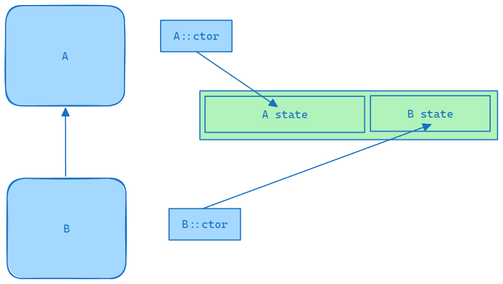
Before: img/04_oop.excalidraw.png, a diagram exported from Excalidraw (silvercodes/p34_dotnet_cs). Source tidied: one line per element, renumbered; positions are measured from the earlier drawing's top-left corner, leaving out a move shared by most shapes.
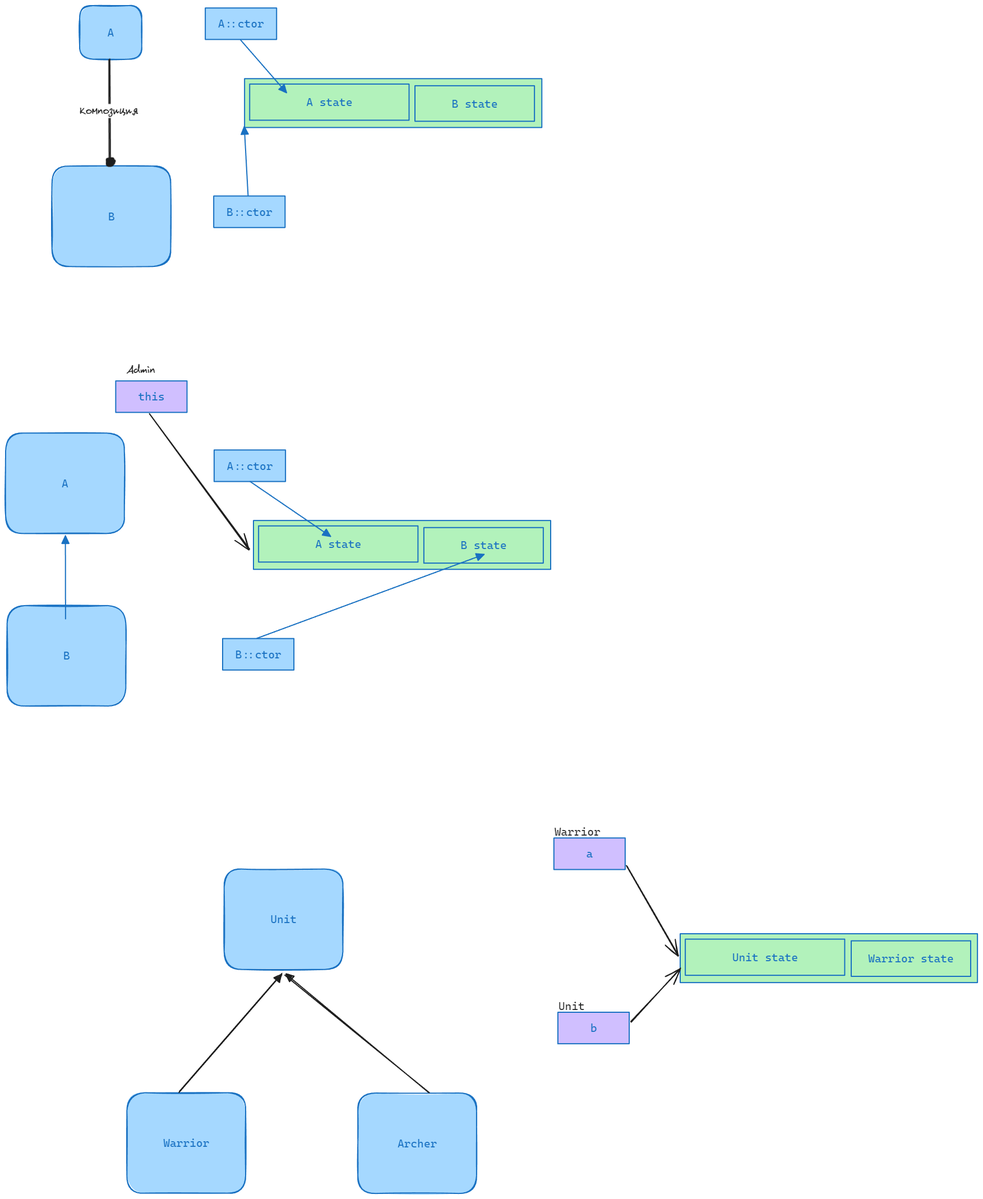
The same file after the commit.

What changed in the source:
```diff
@@ -1,16 +1,58 @@
-{"id": 0, "type": "rectangle", "strokeColor": "#1971c2", "backgroundColor": "#a5d8ff", "fillStyle": "solid", "strokeWidth": 2, "roughness": 1, "round": true, "x": 0, "y": 0, "width": 212, "height": 179}
+{"id": 0, "type": "rectangle", "strokeColor": "#1971c2", "backgroundColor": "#a5d8ff", "fillStyle": "solid", "strokeWidth": 2, "roughness": 1, "round": true, "x": -96, "y": -4, "width": 212, "height": 179}
-{"id": 1, "type": "text", "text": "A", "strokeColor": "#1971c2", "backgroundColor": "#a5d8ff", "fillStyle": "solid", "strokeWidth": 2, "roughness": 1, "fontSize": 20, "fontFamily": 3, "textAlign": "center", "verticalAlign": "middle", "inside": 0, "x": 99, "y": 78, "width": 13, "height": 24}
+{"id": 1, "type": "text", "text": "A", "strokeColor": "#1971c2", "backgroundColor": "#a5d8ff", "fillStyle": "solid", "strokeWidth": 2, "roughness": 1, "fontSize": 20, "fontFamily": 3, "textAlign": "center", "verticalAlign": "middle", "inside": 0, "x": 4, "y": 74, "width": 13, "height": 24}
-{"id": 2, "type": "rectangle", "strokeColor": "#1971c2", "backgroundColor": "#a5d8ff", "fillStyle": "solid", "strokeWidth": 2, "roughness": 1, "round": true, "x": 3, "y": 308, "width": 212, "height": 179}
-{"id": 3, "type": "text", "text": "B", "strokeColor": "#1971c2", "backgroundColor": "#a5d8ff", "fillStyle": "solid", "strokeWidth": 2, "roughness": 1, "fontSize": 20, "fontFamily": 3, "textAlign": "center", "verticalAlign": "middle", "inside": 2, "x": 103, "y": 386, "width": 11, "height": 24}
+{"id": 16, "type": "rectangle", "strokeColor": "#1971c2", "backgroundColor": "#a5d8ff", "fillStyle": "solid", "strokeWidth": 2, "roughness": 1, "round": true, "x": -93, "y": 304, "width": 212, "height": 179}
+{"id": 17, "type": "text", "text": "B", "strokeColor": "#1971c2", "backgroundColor": "#a5d8ff", "fillStyle": "solid", "strokeWidth": 2, "roughness": 1, "fontSize": 20, "fontFamily": 3, "textAlign": "center", "verticalAlign": "middle", "inside": 16, "x": 7, "y": 381, "width": 11, "height": 24}
-{"id": 4, "type": "arrow", "strokeColor": "#1971c2", "backgroundColor": "#a5d8ff", "fillStyle": "solid", "strokeWidth": 2, "roughness": 0, "endArrowhead": "triangle", "round": true, "from": 2, "to": 0, "x": 107, "y": 305, "width": 0, "height": 121, "points": [[0, 0], [0, -121]]}
+{"id": 4, "type": "arrow", "strokeColor": "#1971c2", "backgroundColor": "#a5d8ff", "fillStyle": "solid", "strokeWidth": 2, "roughness": 0, "endArrowhead": "triangle", "round": true, "from": 16, "to": 0, "x": 11, "y": 327, "width": 0, "height": 148, "points": [[0, 0], [0, -148]]}
 {"id": 5, "type": "rectangle", "strokeColor": "#1971c2", "backgroundColor": "#b2f2bb", "fillStyle": "solid", "strokeWidth": 2, "roughness": 0, "x": 346, "y": 152, "width": 530, "height": 87}
-{"id": 6, "type": "rectangle", "strokeColor": "#1971c2", "backgroundColor": "#b2f2bb", "fillStyle": "solid", "strokeWidth": 2, "roughness": 0, "x": 355, "y": 162, "width": 284, "height": 64}
+{"id": 6, "type": "rectangle", "strokeColor": "#1971c2", "backgroundColor": "#b2f2bb", "fillStyle": "solid", "strokeWidth": 2, "roughness": 0, "x": 355, "y": 161, "width": 284, "height": 64}
 {"id": 7, "type": "text", "text": "A state", "strokeColor": "#1971c2", "backgroundColor": "#b2f2bb", "fillStyle": "solid", "strokeWidth": 2, "roughness": 0, "fontSize": 20, "fontFamily": 3, "textAlign": "center", "verticalAlign": "middle", "inside": 6, "x": 456, "y": 182, "width": 82, "height": 24}
-{"id": 8, "type": "rectangle", "strokeColor": "#1971c2", "backgroundColor": "#b2f2bb", "fillStyle": "solid", "strokeWidth": 2, "roughness": 0, "x": 650, "y": 161, "width": 213, "height": 63}
+{"id": 8, "type": "rectangle", "strokeColor": "#1971c2", "backgroundColor": "#b2f2bb", "fillStyle": "solid", "strokeWidth": 2, "roughness": 0, "x": 650, "y": 164, "width": 213, "height": 63}
-{"id": 9, "type": "text", "text": "B state", "strokeColor": "#1971c2", "backgroundColor": "#b2f2bb", "fillStyle": "solid", "strokeWidth": 2, "roughness": 0, "fontSize": 20, "fontFamily": 3, "textAlign": "center", "verticalAlign": "middle", "inside": 8, "x": 715, "y": 181, "width": 82, "height": 24}
+{"id": 9, "type": "text", "text": "B state", "strokeColor": "#1971c2", "backgroundColor": "#b2f2bb", "fillStyle": "solid", "strokeWidth": 2, "roughness": 0, "fontSize": 20, "fontFamily": 3, "textAlign": "center", "verticalAlign": "middle", "inside": 8, "x": 716, "y": 184, "width": 82, "height": 24}
 {"id": 10, "type": "rectangle", "strokeColor": "#1971c2", "backgroundColor": "#a5d8ff", "fillStyle": "solid", "strokeWidth": 2, "roughness": 0, "x": 276, "y": 26, "width": 127, "height": 56}
 {"id": 11, "type": "text", "text": "A::ctor", "strokeColor": "#1971c2", "backgroundColor": "#a5d8ff", "fillStyle": "solid", "strokeWidth": 2, "roughness": 0, "fontSize": 20, "fontFamily": 3, "textAlign": "center", "verticalAlign": "middle", "inside": 10, "x": 299, "y": 42, "width": 82, "height": 24}
 {"id": 12, "type": "rectangle", "strokeColor": "#1971c2", "backgroundColor": "#a5d8ff", "fillStyle": "solid", "strokeWidth": 2, "roughness": 0, "x": 291, "y": 362, "width": 127, "height": 56}
 {"id": 13, "type": "text", "text": "B::ctor", "strokeColor": "#1971c2", "backgroundColor": "#a5d8ff", "fillStyle": "solid", "strokeWidth": 2, "roughness": 0, "fontSize": 20, "fontFamily": 3, "textAlign": "center", "verticalAlign": "middle", "inside": 12, "x": 314, "y": 378, "width": 82, "height": 24}
 {"id": 14, "type": "arrow", "strokeColor": "#1971c2", "backgroundColor": "#a5d8ff", "fillStyle": "solid", "strokeWidth": 2, "roughness": 0, "endArrowhead": "triangle", "from": 10, "x": 340, "y": 82, "width": 143, "height": 98, "points": [[0, 0], [143, 98]]}
 {"id": 15, "type": "arrow", "strokeColor": "#1971c2", "backgroundColor": "#a5d8ff", "fillStyle": "solid", "strokeWidth": 2, "roughness": 0, "endArrowhead": "triangle", "from": 12, "x": 352, "y": 362, "width": 405, "height": 150, "points": [[0, 0], [405, -150]]}
+{"id": 18, "type": "rectangle", "strokeColor": "#1971c2", "backgroundColor": "#a5d8ff", "fillStyle": "solid", "strokeWidth": 2, "roughness": 1, "round": true, "x": 36, "y": -766, "width": 111, "height": 96}
+{"id": 19, "type": "text", "text": "A", "strokeColor": "#1971c2", "backgroundColor": "#a5d8ff", "fillStyle": "solid", "strokeWidth": 2, "roughness": 1, "fontSize": 20, "fontFamily": 3, "textAlign": "center", "verticalAlign": "middle", "inside": 18, "x": 86, "y": -730, "width": 12, "height": 24}
+{"id": 20, "type": "rectangle", "strokeColor": "#1971c2", "backgroundColor": "#a5d8ff", "fillStyle": "solid", "strokeWidth": 2, "roughness": 1, "round": true, "x": -13, "y": -480, "width": 212, "height": 179}
+{"id": 21, "type": "text", "text": "B", "strokeColor": "#1971c2", "backgroundColor": "#a5d8ff", "fillStyle": "solid", "strokeWidth": 2, "roughness": 1, "fontSize": 20, "fontFamily": 3, "textAlign": "center", "verticalAlign": "middle", "inside": 20, "x": 87, "y": -403, "width": 12, "height": 24}
+{"id": 22, "type": "rectangle", "strokeColor": "#1971c2", "backgroundColor": "#b2f2bb", "fillStyle": "solid", "strokeWidth": 2, "roughness": 0, "x": 330, "y": -636, "width": 530, "height": 87}
+{"id": 23, "type": "rectangle", "strokeColor": "#1971c2", "backgroundColor": "#b2f2bb", "fillStyle": "solid", "strokeWidth": 2, "roughness": 0, "x": 339, "y": -626, "width": 284, "height": 64}
+{"id": 24, "type": "text", "text": "A state", "strokeColor": "#1971c2", "backgroundColor": "#b2f2bb", "fillStyle": "solid", "strokeWidth": 2, "roughness": 0, "fontSize": 20, "fontFamily": 3, "textAlign": "center", "verticalAlign": "middle", "inside": 23, "x": 441, "y": -606, "width": 82, "height": 24}
+{"id": 25, "type": "rectangle", "strokeColor": "#1971c2", "backgroundColor": "#b2f2bb", "fillStyle": "solid", "strokeWidth": 2, "roughness": 0, "x": 634, "y": -623, "width": 213, "height": 63}
+{"id": 26, "type": "text", "text": "B state", "strokeColor": "#1971c2", "backgroundColor": "#b2f2bb", "fillStyle": "solid", "strokeWidth": 2, "roughness": 0, "fontSize": 20, "fontFamily": 3, "textAlign": "center", "verticalAlign": "middle", "inside": 25, "x": 700, "y": -604, "width": 82, "height": 24}
+{"id": 27, "type": "rectangle", "strokeColor": "#1971c2", "backgroundColor": "#a5d8ff", "fillStyle": "solid", "strokeWidth": 2, "roughness": 0, "x": 260, "y": -762, "width": 127, "height": 56}
+{"id": 28, "type": "text", "text": "A::ctor", "strokeColor": "#1971c2", "backgroundColor": "#a5d8ff", "fillStyle": "solid", "strokeWidth": 2, "roughness": 0, "fontSize": 20, "fontFamily": 3, "textAlign": "center", "verticalAlign": "middle", "inside": 27, "x": 283, "y": -746, "width": 82, "height": 24}
+{"id": 29, "type": "rectangle", "strokeColor": "#1971c2", "backgroundColor": "#a5d8ff", "fillStyle": "solid", "strokeWidth": 2, "roughness": 0, "x": 275, "y": -427, "width": 127, "height": 56}
+{"id": 30, "type": "text", "text": "B::ctor", "strokeColor": "#1971c2", "backgroundColor": "#a5d8ff", "fillStyle": "solid", "strokeWidth": 2, "roughness": 0, "fontSize": 20, "fontFamily": 3, "textAlign": "center", "verticalAlign": "middle", "inside": 29, "x": 298, "y": -411, "width": 82, "height": 24}
+{"id": 31, "type": "arrow", "strokeColor": "#1971c2", "backgroundColor": "#a5d8ff", "fillStyle": "solid", "strokeWidth": 2, "roughness": 0, "endArrowhead": "triangle", "from": 27, "x": 323, "y": -705, "width": 82, "height": 94, "points": [[0, 0], [82, 94]]}
+{"id": 32, "type": "arrow", "strokeColor": "#1971c2", "backgroundColor": "#a5d8ff", "fillStyle": "solid", "strokeWidth": 2, "roughness": 0, "endArrowhead": "triangle", "from": 29, "to": 23, "x": 337, "y": -428, "width": 7, "height": 123, "points": [[0, 0], [-7, -123]]}
+{"id": 33, "type": "arrow", "strokeColor": "#1e1e1e", "strokeWidth": 2, "roughness": 1, "endArrowhead": "dot", "round": true, "from": 18, "to": 20, "x": 88, "y": -670, "width": 0, "height": 184, "points": [[0, 0], [0, 184]]}
+{"id": 34, "type": "text", "text": "композиция", "strokeColor": "#1e1e1e", "strokeWidth": 2, "roughness": 1, "fontSize": 20, "fontFamily": 1, "textAlign": "center", "verticalAlign": "middle", "inside": 33, "x": 40, "y": -587, "width": 104, "height": 25}
+{"id": 35, "type": "rectangle", "strokeColor": "#1971c2", "backgroundColor": "#d0bfff", "fillStyle": "solid", "strokeWidth": 2, "roughness": 0, "x": 101, "y": -97, "width": 127, "height": 56}
+{"id": 36, "type": "text", "text": "this", "strokeColor": "#1971c2", "backgroundColor": "#a5d8ff", "fillStyle": "solid", "strokeWidth": 2, "roughness": 0, "fontSize": 20, "fontFamily": 3, "textAlign": "center", "verticalAlign": "middle", "inside": 35, "x": 141, "y": -81, "width": 47, "height": 24}
+{"id": 37, "type": "text", "text": "Admin", "strokeColor": "#1e1e1e", "backgroundColor": "#d0bfff", "fillStyle": "solid", "strokeWidth": 2, "roughness": 1, "fontSize": 20, "fontFamily": 1, "x": 120, "y": -129, "width": 51, "height": 25}
+{"id": 38, "type": "arrow", "strokeColor": "#1e1e1e", "backgroundColor": "#d0bfff", "fillStyle": "solid", "strokeWidth": 2, "roughness": 1, "endArrowhead": "arrow", "round": true, "from": 35, "to": 6, "x": 161, "y": -37, "width": 179, "height": 240, "points": [[0, 0], [179, 240]]}
+{"id": 39, "type": "rectangle", "strokeColor": "#1971c2", "backgroundColor": "#a5d8ff", "fillStyle": "solid", "strokeWidth": 2, "roughness": 1, "round": true, "x": 294, "y": 773, "width": 212, "height": 179}
+{"id": 40, "type": "text", "text": "Unit", "strokeColor": "#1971c2", "backgroundColor": "#a5d8ff", "fillStyle": "solid", "strokeWidth": 2, "roughness": 1, "fontSize": 20, "fontFamily": 3, "textAlign": "center", "verticalAlign": "middle", "inside": 39, "x": 376, "y": 851, "width": 47, "height": 24}
+{"id": 2, "type": "rectangle", "strokeColor": "#1971c2", "backgroundColor": "#a5d8ff", "fillStyle": "solid", "strokeWidth": 2, "roughness": 1, "round": true, "x": 121, "y": 1172, "width": 212, "height": 179}
+{"id": 3, "type": "text", "text": "Warrior", "strokeColor": "#1971c2", "backgroundColor": "#a5d8ff", "fillStyle": "solid", "strokeWidth": 2, "roughness": 1, "fontSize": 20, "fontFamily": 3, "textAlign": "center", "verticalAlign": "middle", "inside": 2, "x": 185, "y": 1250, "width": 82, "height": 24}
+{"id": 41, "type": "rectangle", "strokeColor": "#1971c2", "backgroundColor": "#a5d8ff", "fillStyle": "solid", "strokeWidth": 2, "roughness": 1, "round": true, "x": 532, "y": 1173, "width": 212, "height": 179}
+{"id": 42, "type": "text", "text": "Archer", "strokeColor": "#1971c2", "backgroundColor": "#a5d8ff", "fillStyle": "solid", "strokeWidth": 2, "roughness": 1, "fontSize": 20, "fontFamily": 3, "textAlign": "center", "verticalAlign": "middle", "inside": 41, "x": 603, "y": 1250, "width": 70, "height": 24}
+{"id": 43, "type": "arrow", "strokeColor": "#1e1e1e", "backgroundColor": "#d0bfff", "fillStyle": "solid", "strokeWidth": 2, "roughness": 1, "endArrowhead": "triangle", "round": true, "from": 2, "to": 39, "x": 213, "y": 1170, "width": 183, "height": 211, "points": [[0, 0], [183, -211]]}
+{"id": 44, "type": "arrow", "strokeColor": "#1e1e1e", "backgroundColor": "#d0bfff", "fillStyle": "solid", "strokeWidth": 2, "roughness": 1, "endArrowhead": "triangle", "round": true, "from": 41, "to": 39, "x": 660, "y": 1171, "width": 257, "height": 209, "points": [[0, 0], [-257, -209]]}
+{"id": 45, "type": "rectangle", "strokeColor": "#1971c2", "backgroundColor": "#b2f2bb", "fillStyle": "solid", "strokeWidth": 2, "roughness": 0, "x": 1107, "y": 889, "width": 530, "height": 87}
+{"id": 46, "type": "rectangle", "strokeColor": "#1971c2", "backgroundColor": "#b2f2bb", "fillStyle": "solid", "strokeWidth": 2, "roughness": 0, "x": 1116, "y": 898, "width": 284, "height": 64}
+{"id": 47, "type": "text", "text": "Unit state", "strokeColor": "#1971c2", "backgroundColor": "#b2f2bb", "fillStyle": "solid", "strokeWidth": 2, "roughness": 0, "fontSize": 20, "fontFamily": 3, "textAlign": "center", "verticalAlign": "middle", "inside": 46, "x": 1200, "y": 919, "width": 117, "height": 24}
+{"id": 48, "type": "rectangle", "strokeColor": "#1971c2", "backgroundColor": "#b2f2bb", "fillStyle": "solid", "strokeWidth": 2, "roughness": 0, "x": 1412, "y": 901, "width": 213, "height": 63}
+{"id": 49, "type": "text", "text": "Warrior state", "strokeColor": "#1971c2", "backgroundColor": "#b2f2bb", "fillStyle": "solid", "strokeWidth": 2, "roughness": 0, "fontSize": 20, "fontFamily": 3, "textAlign": "center", "verticalAlign": "middle", "inside": 48, "x": 1443, "y": 921, "width": 152, "height": 24}
+{"id": 50, "type": "rectangle", "strokeColor": "#1971c2", "backgroundColor": "#d0bfff", "fillStyle": "solid", "strokeWidth": 2, "roughness": 0, "x": 882, "y": 718, "width": 127, "height": 56}
+{"id": 51, "type": "text", "text": "a", "strokeColor": "#1971c2", "backgroundColor": "#a5d8ff", "fillStyle": "solid", "strokeWidth": 2, "roughness": 0, "fontSize": 20, "fontFamily": 3, "textAlign": "center", "verticalAlign": "middle", "inside": 50, "x": 940, "y": 734, "width": 12, "height": 24}
+{"id": 52, "type": "text", "text": "Warrior", "strokeColor": "#1e1e1e", "backgroundColor": "#d0bfff", "fillStyle": "solid", "strokeWidth": 2, "roughness": 1, "fontSize": 20, "fontFamily": 3, "x": 883, "y": 695, "width": 82, "height": 24}
+{"id": 53, "type": "arrow", "strokeColor": "#1e1e1e", "backgroundColor": "#d0bfff", "fillStyle": "solid", "strokeWidth": 2, "roughness": 1, "endArrowhead": "arrow", "round": true, "from": 50, "to": 46, "x": 1012, "y": 768, "width": 91, "height": 160, "points": [[0, 0], [91, 160]]}
+{"id": 54, "type": "rectangle", "strokeColor": "#1971c2", "backgroundColor": "#d0bfff", "fillStyle": "solid", "strokeWidth": 2, "roughness": 0, "x": 889, "y": 1029, "width": 127, "height": 56}
+{"id": 55, "type": "text", "text": "b", "strokeColor": "#1971c2", "backgroundColor": "#a5d8ff", "fillStyle": "solid", "strokeWidth": 2, "roughness": 0, "fontSize": 20, "fontFamily": 3, "textAlign": "center", "verticalAlign": "middle", "inside": 54, "x": 947, "y": 1045, "width": 12, "height": 24}
+{"id": 56, "type": "text", "text": "Unit", "strokeColor": "#1e1e1e", "backgroundColor": "#d0bfff", "fillStyle": "solid", "strokeWidth": 2, "roughness": 1, "fontSize": 20, "fontFamily": 3, "x": 890, "y": 1006, "width": 47, "height": 24}
+{"id": 57, "type": "arrow", "strokeColor": "#1e1e1e", "backgroundColor": "#d0bfff", "fillStyle": "solid", "strokeWidth": 2, "roughness": 1, "endArrowhead": "arrow", "round": true, "from": 54, "to": 46, "x": 1019, "y": 1046, "width": 88, "height": 96, "points": [[0, 0], [88, -96]]}
```
